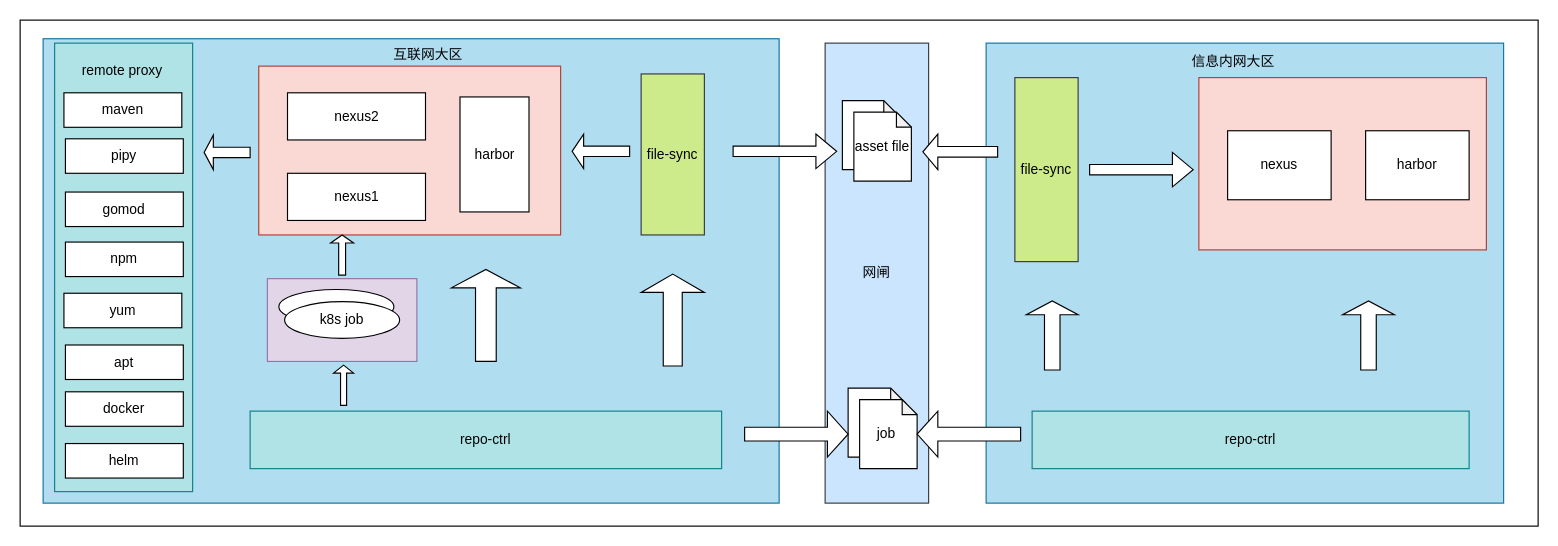
zzl-code/drawImg keeps this draw.io diagram as page "第 12 页" (11 of 13) of ProductRepository.drawio. Above is the earlier version. Source tidied: cells renumbered, new cells numbered last; positions are measured from the earlier drawing's top-left corner, leaving out a move shared by most shapes. Both pictures are drawn from the tidied source at 115%, with x=0, y=0 at pixel (20, 20).
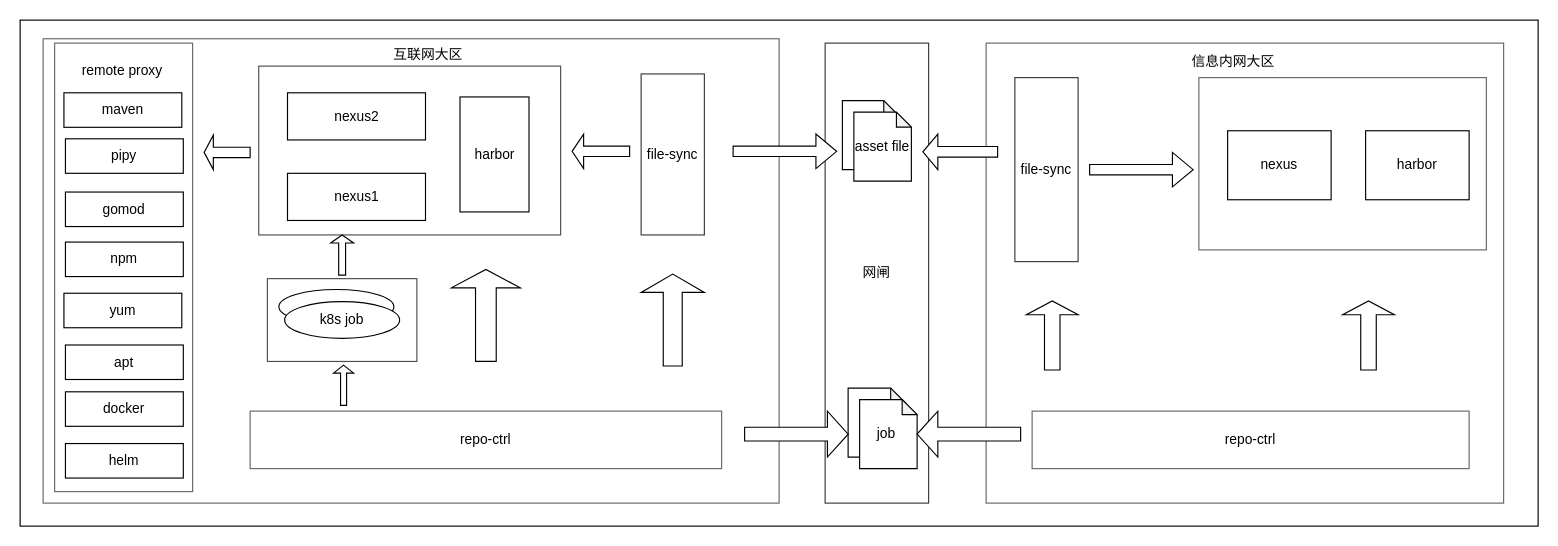
The same page after the edit.

The edit, as a diff of the source:
```diff
@@
-    <mxCell id="3" value="网闸" style="rounded=0;whiteSpace=wrap;html=1;fillColor=#cce5ff;strokeColor=#36393d;" parent="1" vertex="1">
+    <mxCell id="3" value="网闸" style="rounded=0;whiteSpace=wrap;html=1;fillColor=#FFFFFF;strokeColor=#36393d;" parent="1" vertex="1">
       <mxGeometry x="700" y="20" width="90" height="400" as="geometry" />
     </mxCell>
@@
-    <mxCell id="8" style="rounded=0;whiteSpace=wrap;html=1;fillColor=#b1ddf0;strokeColor=#10739e;" parent="1" vertex="1">
+    <mxCell id="8" style="rounded=0;whiteSpace=wrap;html=1;fillColor=#FFFFFF;strokeColor=#666666;" parent="1" vertex="1">
       <mxGeometry x="840" y="20" width="450" height="400" as="geometry" />
     </mxCell>
-    <mxCell id="9" value="repo-ctrl" style="rounded=0;whiteSpace=wrap;html=1;fillColor=#b0e3e6;strokeColor=#0e8088;" parent="1" vertex="1">
+    <mxCell id="9" value="repo-ctrl" style="rounded=0;whiteSpace=wrap;html=1;fillColor=#FFFFFF;strokeColor=#666666;" parent="1" vertex="1">
       <mxGeometry x="880" y="340" width="380" height="50" as="geometry" />
     </mxCell>
-    <mxCell id="10" style="rounded=0;whiteSpace=wrap;html=1;fillColor=#fad9d5;strokeColor=#ae4132;" parent="1" vertex="1">
+    <mxCell id="10" style="rounded=0;whiteSpace=wrap;html=1;fillColor=#FFFFFF;strokeColor=#666666;" parent="1" vertex="1">
       <mxGeometry x="1025" y="50" width="250" height="149.8" as="geometry" />
     </mxCell>
-    <mxCell id="11" value="file-sync" style="rounded=0;whiteSpace=wrap;html=1;fillColor=#cdeb8b;strokeColor=#36393d;" parent="1" vertex="1">
+    <mxCell id="11" value="file-sync" style="rounded=0;whiteSpace=wrap;html=1;fillColor=#FFFFFF;strokeColor=#36393d;" parent="1" vertex="1">
       <mxGeometry x="865" y="50" width="55" height="160" as="geometry" />
     </mxCell>
@@
-    <mxCell id="14" style="rounded=0;whiteSpace=wrap;html=1;fillColor=#b1ddf0;strokeColor=#10739e;" parent="1" vertex="1">
+    <mxCell id="14" style="rounded=0;whiteSpace=wrap;html=1;fillColor=#FFFFFF;strokeColor=#666666;" parent="1" vertex="1">
       <mxGeometry x="20" y="16.2" width="640" height="403.8" as="geometry" />
     </mxCell>
-    <mxCell id="15" value="repo-ctrl" style="rounded=0;whiteSpace=wrap;html=1;fillColor=#b0e3e6;strokeColor=#0e8088;" parent="1" vertex="1">
+    <mxCell id="15" value="repo-ctrl" style="rounded=0;whiteSpace=wrap;html=1;fillColor=#FFFFFF;strokeColor=#666666;" parent="1" vertex="1">
       <mxGeometry x="200" y="340" width="410" height="50" as="geometry" />
     </mxCell>
-    <mxCell id="16" style="rounded=0;whiteSpace=wrap;html=1;fillColor=#b0e3e6;strokeColor=#0e8088;" parent="1" vertex="1">
+    <mxCell id="16" style="rounded=0;whiteSpace=wrap;html=1;fillColor=#FFFFFF;strokeColor=#666666;" parent="1" vertex="1">
       <mxGeometry x="30" y="20" width="120" height="390" as="geometry" />
     </mxCell>
@@
-    <mxCell id="18" style="rounded=0;whiteSpace=wrap;html=1;fillColor=#fad9d5;strokeColor=#ae4132;" parent="1" vertex="1">
+    <mxCell id="18" style="rounded=0;whiteSpace=wrap;html=1;fillColor=#FFFFFF;strokeColor=#4D4D4D;" parent="1" vertex="1">
       <mxGeometry x="207.5" y="40" width="262.5" height="146.8" as="geometry" />
     </mxCell>
@@
-    <mxCell id="25" style="rounded=0;whiteSpace=wrap;html=1;fillColor=#e1d5e7;strokeColor=#9673a6;" parent="1" vertex="1">
+    <mxCell id="25" style="rounded=0;whiteSpace=wrap;html=1;fillColor=#FFFFFF;strokeColor=#4D4D4D;" parent="1" vertex="1">
       <mxGeometry x="215" y="224.8" width="130" height="72" as="geometry" />
     </mxCell>
@@
-    <mxCell id="35" value="file-sync" style="rounded=0;whiteSpace=wrap;html=1;fillColor=#cdeb8b;strokeColor=#36393d;" parent="1" vertex="1">
+    <mxCell id="35" value="file-sync" style="rounded=0;whiteSpace=wrap;html=1;fillColor=#FFFFFF;strokeColor=#36393d;" parent="1" vertex="1">
       <mxGeometry x="540" y="46.8" width="55" height="140" as="geometry" />
     </mxCell>
```
